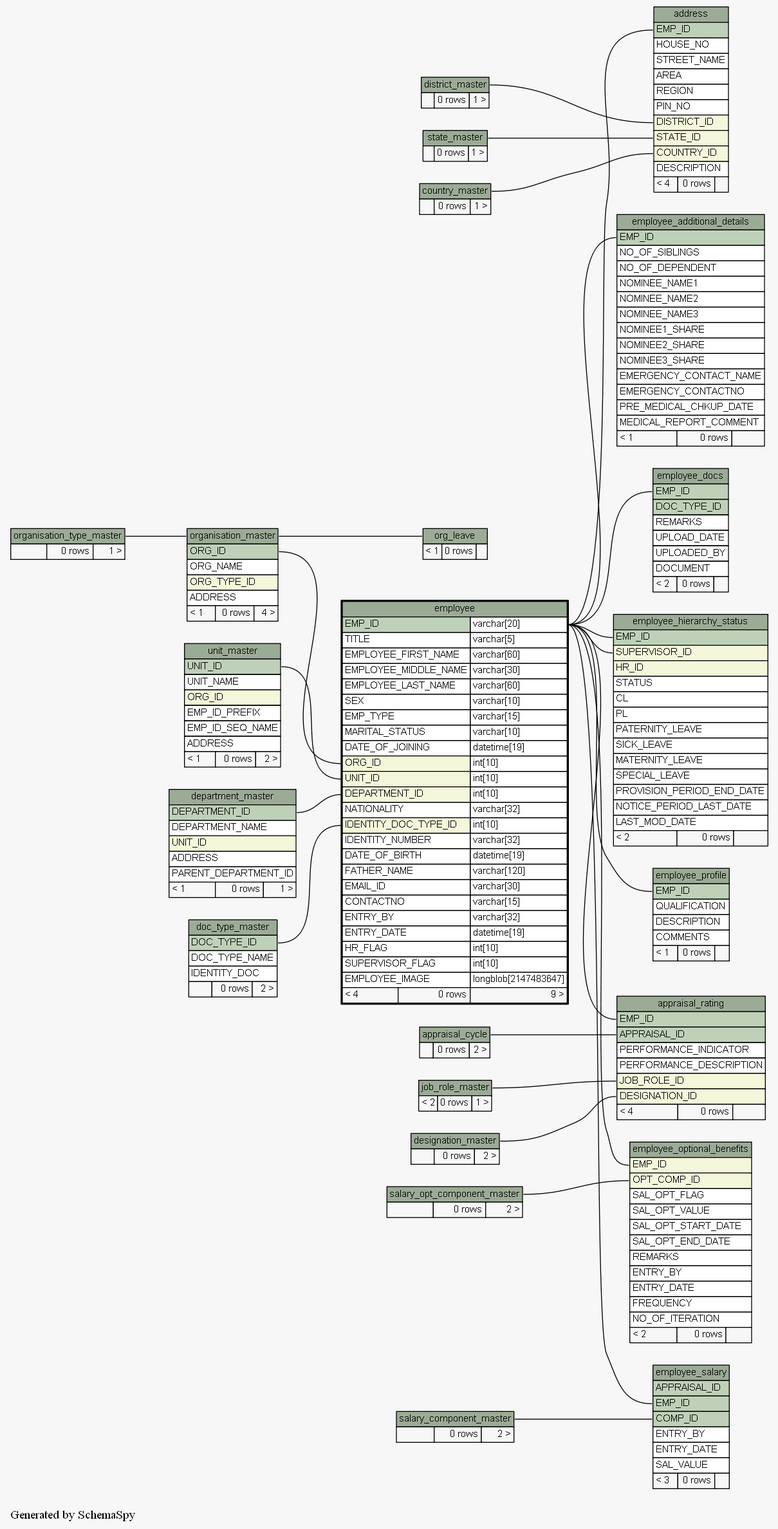
The Graphviz diagram docs/database/schemaspy/graphs/employee.2degrees.png in engineerscraft/hrms, before a commit. Its source is kept beside it as docs/database/schemaspy/graphs/employee.2degrees.dot.
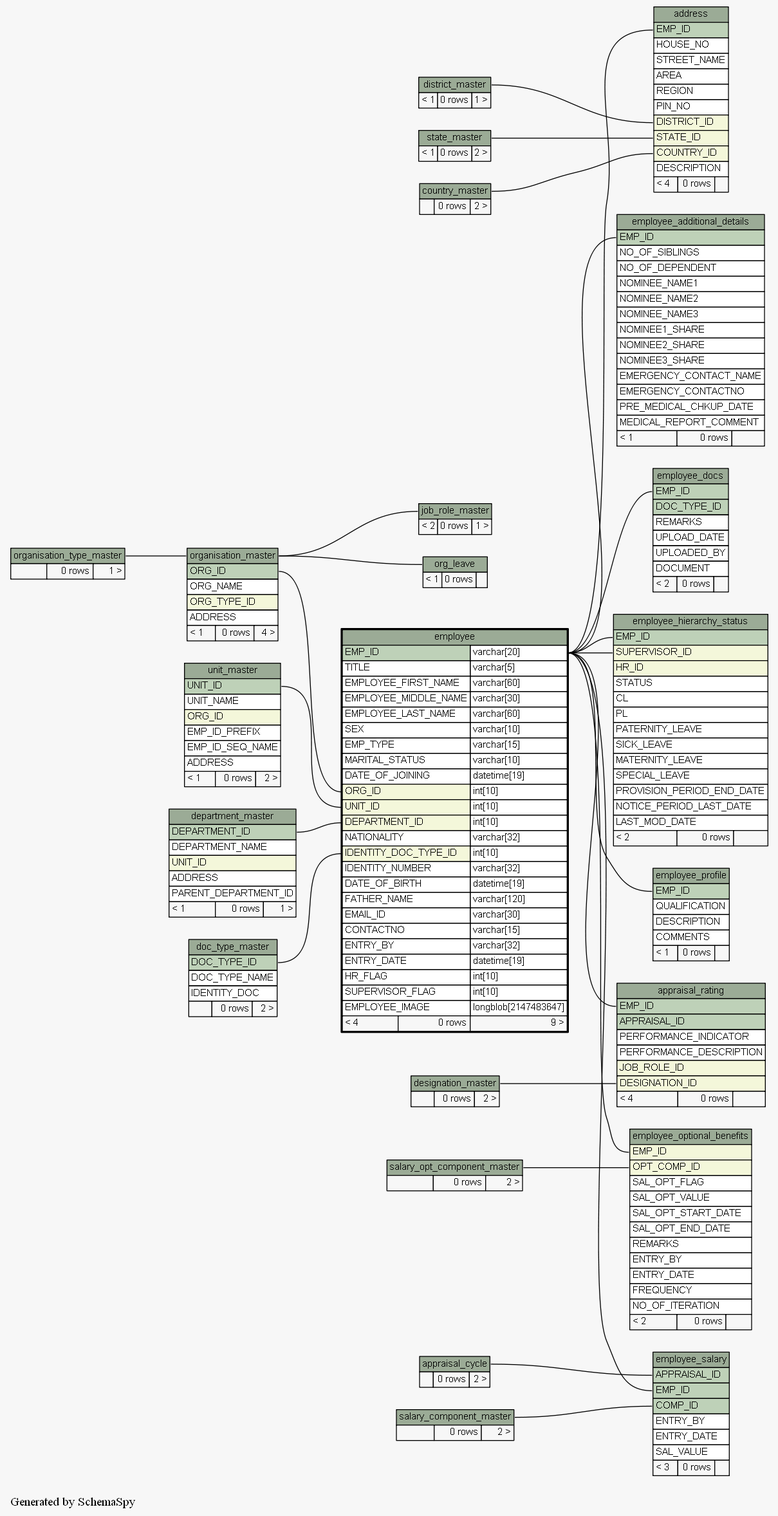
After the commit.

Diff of the diagram source:
```diff
@@ -17,10 +17,8 @@
   "address":"DISTRICT_ID":w -> "district_master":"district_master.heading":e [arrowtail=crowodot arrowhead=none];
   "address":"EMP_ID":w -> "employee":"EMP_ID.type":e [arrowtail=tee arrowhead=none];
   "address":"STATE_ID":w -> "state_master":"state_master.heading":e [arrowtail=crowodot arrowhead=none];
-  "appraisal_rating":"APPRAISAL_ID":w -> "appraisal_cycle":"appraisal_cycle.heading":e [arrowtail=crowtee arrowhead=none];
   "appraisal_rating":"DESIGNATION_ID":w -> "designation_master":"designation_master.heading":e [arrowtail=crowodot arrowhead=none];
   "appraisal_rating":"EMP_ID":w -> "employee":"EMP_ID.type":e [arrowtail=crowtee arrowhead=none];
-  "appraisal_rating":"JOB_ROLE_ID":w -> "job_role_master":"job_role_master.heading":e [arrowtail=crowodot arrowhead=none];
   "employee":"DEPARTMENT_ID":w -> "department_master":"DEPARTMENT_ID":e [arrowtail=crowodot arrowhead=none];
   "employee":"IDENTITY_DOC_TYPE_ID":w -> "doc_type_master":"DOC_TYPE_ID":e [arrowtail=crowodot arrowhead=none];
   "employee":"ORG_ID":w -> "organisation_master":"ORG_ID":e [arrowtail=crowodot arrowhead=none];
@@ -32,8 +30,10 @@
   "employee_optional_benefits":"EMP_ID":w -> "employee":"EMP_ID.type":e [arrowtail=crowodot arrowhead=none];
   "employee_optional_benefits":"OPT_COMP_ID":w -> "salary_opt_component_master":"salary_opt_component_master.heading":e [arrowtail=crowodot arrowhead=none];
   "employee_profile":"EMP_ID":w -> "employee":"EMP_ID.type":e [arrowtail=tee arrowhead=none];
+  "employee_salary":"APPRAISAL_ID":w -> "appraisal_cycle":"appraisal_cycle.heading":e [arrowtail=crowtee arrowhead=none];
   "employee_salary":"COMP_ID":w -> "salary_component_master":"salary_component_master.heading":e [arrowtail=crowtee arrowhead=none];
   "employee_salary":"EMP_ID":w -> "employee":"EMP_ID.type":e [arrowtail=crowtee arrowhead=none];
+  "job_role_master":"job_role_master.heading":w -> "organisation_master":"organisation_master.heading":e [arrowtail=crowodot arrowhead=none];
   "org_leave":"org_leave.heading":w -> "organisation_master":"organisation_master.heading":e [arrowtail=crowodot arrowhead=none];
   "organisation_master":"organisation_master.heading":w -> "organisation_type_master":"organisation_type_master.heading":e [arrowtail=crowodot arrowhead=none];
   "address" [
@@ -83,7 +83,7 @@
     label=<
     <TABLE BORDER="0" CELLBORDER="1" CELLSPACING="0" BGCOLOR="#ffffff">
       <TR><TD PORT="country_master.heading" COLSPAN="3" BGCOLOR="#9bab96" ALIGN="CENTER">country_master</TD></TR>
-      <TR><TD ALIGN="LEFT" BGCOLOR="#f7f7f7">  </TD><TD ALIGN="RIGHT" BGCOLOR="#f7f7f7">0 rows</TD><TD ALIGN="RIGHT" BGCOLOR="#f7f7f7">1 &gt;</TD></TR>
+      <TR><TD ALIGN="LEFT" BGCOLOR="#f7f7f7">  </TD><TD ALIGN="RIGHT" BGCOLOR="#f7f7f7">0 rows</TD><TD ALIGN="RIGHT" BGCOLOR="#f7f7f7">2 &gt;</TD></TR>
     </TABLE>>
     URL="country_master.html#graph"
     tooltip="country_master"
@@ -115,7 +115,7 @@
     label=<
     <TABLE BORDER="0" CELLBORDER="1" CELLSPACING="0" BGCOLOR="#ffffff">
       <TR><TD PORT="district_master.heading" COLSPAN="3" BGCOLOR="#9bab96" ALIGN="CENTER">district_master</TD></TR>
-      <TR><TD ALIGN="LEFT" BGCOLOR="#f7f7f7">  </TD><TD ALIGN="RIGHT" BGCOLOR="#f7f7f7">0 rows</TD><TD ALIGN="RIGHT" BGCOLOR="#f7f7f7">1 &gt;</TD></TR>
+      <TR><TD ALIGN="LEFT" BGCOLOR="#f7f7f7">&lt; 1</TD><TD ALIGN="RIGHT" BGCOLOR="#f7f7f7">0 rows</TD><TD ALIGN="RIGHT" BGCOLOR="#f7f7f7">1 &gt;</TD></TR>
     </TABLE>>
     URL="district_master.html#graph"
     tooltip="district_master"
@@ -334,7 +334,7 @@
     label=<
     <TABLE BORDER="0" CELLBORDER="1" CELLSPACING="0" BGCOLOR="#ffffff">
       <TR><TD PORT="state_master.heading" COLSPAN="3" BGCOLOR="#9bab96" ALIGN="CENTER">state_master</TD></TR>
-      <TR><TD ALIGN="LEFT" BGCOLOR="#f7f7f7">  </TD><TD ALIGN="RIGHT" BGCOLOR="#f7f7f7">0 rows</TD><TD ALIGN="RIGHT" BGCOLOR="#f7f7f7">1 &gt;</TD></TR>
+      <TR><TD ALIGN="LEFT" BGCOLOR="#f7f7f7">&lt; 1</TD><TD ALIGN="RIGHT" BGCOLOR="#f7f7f7">0 rows</TD><TD ALIGN="RIGHT" BGCOLOR="#f7f7f7">2 &gt;</TD></TR>
     </TABLE>>
     URL="state_master.html#graph"
     tooltip="state_master"
```
